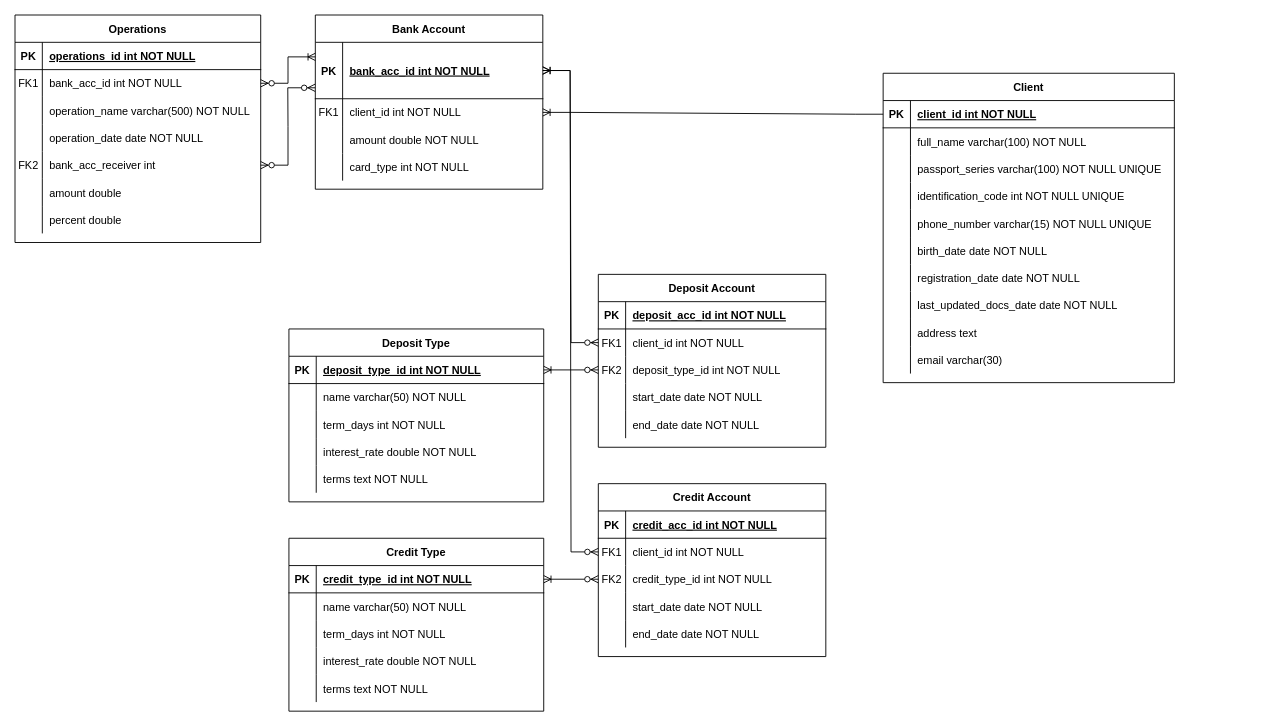
This is MyDB (6).drawio from kallDun/DrawIO, a draw.io file, before an edit. Source tidied: cells renumbered, new cells numbered last; positions are measured from the earlier drawing's top-left corner, leaving out a move shared by most shapes. Both pictures are drawn from the tidied source at 91%, with x=0, y=0 at pixel (15, 15).
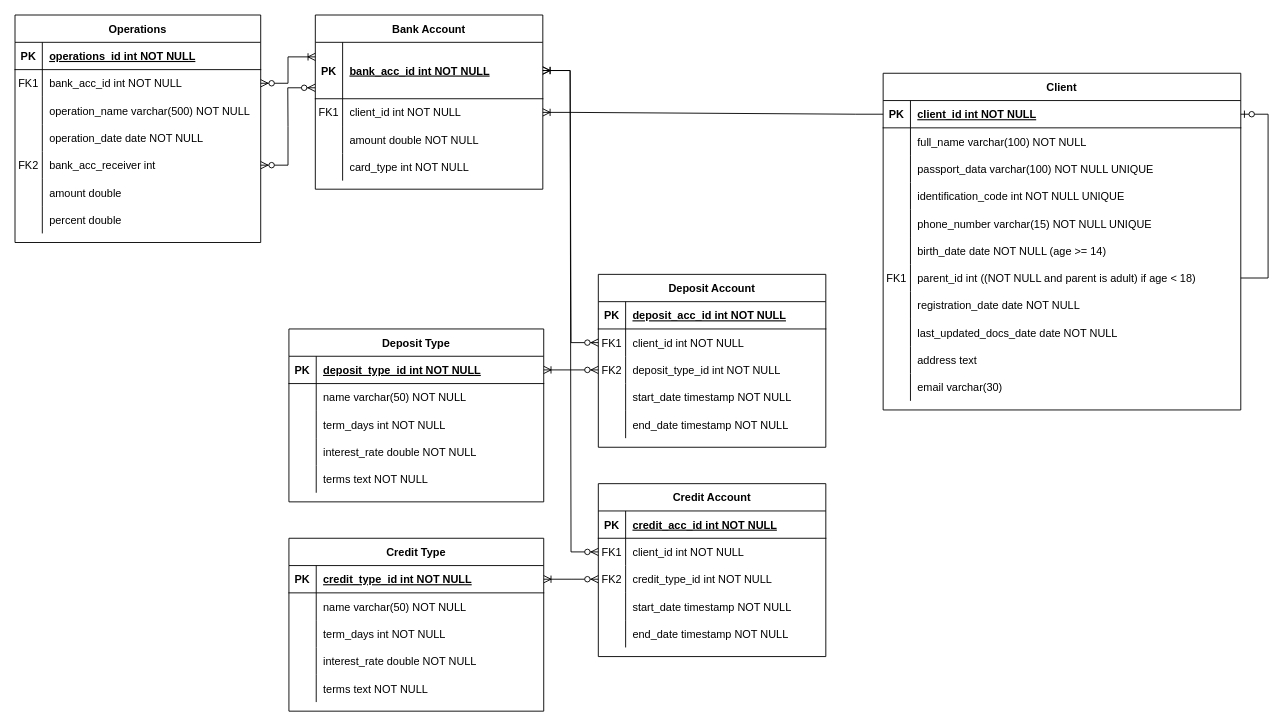
After the change.

Unchanged cells that the change refers to:
```xml
<mxCell id="59" style="shape=partialRectangle;fillColor=none;top=0;left=0;right=0;bottom=0;" parent="49" vertex="1">
  <mxGeometry y="120" width="250" height="30" as="geometry" />
</mxCell>
<mxCell id="62" style="shape=partialRectangle;fillColor=none;top=0;left=0;right=0;bottom=0;" parent="49" vertex="1">
  <mxGeometry y="150" width="250" height="30" as="geometry" />
</mxCell>
<mxCell id="128" style="shape=partialRectangle;fillColor=none;top=0;left=0;right=0;bottom=0;" parent="118" vertex="1">
  <mxGeometry y="120" width="250" height="30" as="geometry" />
</mxCell>
<mxCell id="131" style="shape=partialRectangle;fillColor=none;top=0;left=0;right=0;bottom=0;" parent="118" vertex="1">
  <mxGeometry y="150" width="250" height="30" as="geometry" />
</mxCell>
```

Change to the diagram source:
```diff
@@
     <mxCell id="2" value="Client" style="shape=table;startSize=30;childLayout=tableLayout;rowLines=0;fontStyle=1;align=center;" parent="1" vertex="1">
-      <mxGeometry x="954" y="64" width="320" height="340" as="geometry" />
+      <mxGeometry x="954" y="64" width="393" height="370" as="geometry" />
     </mxCell>
     <mxCell id="3" style="shape=partialRectangle;fillColor=none;points=[[0,0.5],[1,0.5]];portConstraint=eastwest;top=0;left=0;right=0;bottom=1;" parent="2" vertex="1">
-      <mxGeometry y="30" width="320" height="30" as="geometry" />
+      <mxGeometry y="30" width="393" height="30" as="geometry" />
     </mxCell>
@@
     <mxCell id="5" value="client_id int NOT NULL " style="shape=partialRectangle;overflow=hidden;fillColor=none;top=0;left=0;bottom=0;right=0;align=left;spacingLeft=6;fontStyle=5;" parent="3" vertex="1">
-      <mxGeometry x="30" width="290" height="30" as="geometry" />
+      <mxGeometry x="30" width="363" height="30" as="geometry" />
     </mxCell>
     <mxCell id="6" style="shape=partialRectangle;fillColor=none;top=0;left=0;right=0;bottom=0;" parent="2" vertex="1">
-      <mxGeometry y="60" width="320" height="30" as="geometry" />
+      <mxGeometry y="60" width="393" height="30" as="geometry" />
     </mxCell>
@@
     <mxCell id="8" value="full_name varchar(100) NOT NULL" style="shape=partialRectangle;overflow=hidden;fillColor=none;top=0;left=0;bottom=0;right=0;align=left;spacingLeft=6;" parent="6" vertex="1">
-      <mxGeometry x="30" width="290" height="30" as="geometry" />
+      <mxGeometry x="30" width="363" height="30" as="geometry" />
     </mxCell>
     <mxCell id="9" style="shape=partialRectangle;fillColor=none;top=0;left=0;right=0;bottom=0;" parent="2" vertex="1">
-      <mxGeometry y="90" width="320" height="30" as="geometry" />
+      <mxGeometry y="90" width="393" height="30" as="geometry" />
     </mxCell>
@@
-    <mxCell id="11" value="passport_series varchar(100) NOT NULL UNIQUE" style="shape=partialRectangle;overflow=hidden;fillColor=none;top=0;left=0;bottom=0;right=0;align=left;spacingLeft=6;" parent="9" vertex="1">
-      <mxGeometry x="30" width="290" height="30" as="geometry" />
+    <mxCell id="11" value="passport_data varchar(100) NOT NULL UNIQUE" style="shape=partialRectangle;overflow=hidden;fillColor=none;top=0;left=0;bottom=0;right=0;align=left;spacingLeft=6;" parent="9" vertex="1">
+      <mxGeometry x="30" width="363" height="30" as="geometry" />
     </mxCell>
     <mxCell id="12" style="shape=partialRectangle;fillColor=none;top=0;left=0;right=0;bottom=0;" parent="2" vertex="1">
-      <mxGeometry y="120" width="320" height="30" as="geometry" />
+      <mxGeometry y="120" width="393" height="30" as="geometry" />
     </mxCell>
@@
     <mxCell id="14" value="identification_code int NOT NULL UNIQUE" style="shape=partialRectangle;overflow=hidden;fillColor=none;top=0;left=0;bottom=0;right=0;align=left;spacingLeft=6;" parent="12" vertex="1">
-      <mxGeometry x="30" width="290" height="30" as="geometry" />
+      <mxGeometry x="30" width="363" height="30" as="geometry" />
     </mxCell>
     <mxCell id="15" style="shape=partialRectangle;fillColor=none;top=0;left=0;right=0;bottom=0;" parent="2" vertex="1">
-      <mxGeometry y="150" width="320" height="30" as="geometry" />
+      <mxGeometry y="150" width="393" height="30" as="geometry" />
     </mxCell>
@@
     <mxCell id="17" value="phone_number varchar(15) NOT NULL UNIQUE" style="shape=partialRectangle;overflow=hidden;fillColor=none;top=0;left=0;bottom=0;right=0;align=left;spacingLeft=6;" parent="15" vertex="1">
-      <mxGeometry x="30" width="290" height="30" as="geometry" />
+      <mxGeometry x="30" width="363" height="30" as="geometry" />
     </mxCell>
     <mxCell id="18" style="shape=partialRectangle;fillColor=none;top=0;left=0;right=0;bottom=0;" parent="2" vertex="1">
-      <mxGeometry y="180" width="320" height="30" as="geometry" />
+      <mxGeometry y="180" width="393" height="30" as="geometry" />
     </mxCell>
@@
-    <mxCell id="20" value="birth_date date NOT NULL" style="shape=partialRectangle;overflow=hidden;fillColor=none;top=0;left=0;bottom=0;right=0;align=left;spacingLeft=6;" parent="18" vertex="1">
-      <mxGeometry x="30" width="290" height="30" as="geometry" />
+    <mxCell id="20" value="birth_date date NOT NULL (age &gt;= 14)" style="shape=partialRectangle;overflow=hidden;fillColor=none;top=0;left=0;bottom=0;right=0;align=left;spacingLeft=6;" parent="18" vertex="1">
+      <mxGeometry x="30" width="363" height="30" as="geometry" />
     </mxCell>
+    <mxCell id="139" style="shape=partialRectangle;fillColor=none;points=[[0,0.5],[1,0.5]];portConstraint=eastwest;top=0;left=0;right=0;bottom=0;" parent="2" vertex="1">
+      <mxGeometry y="210" width="393" height="30" as="geometry" />
+    </mxCell>
+    <mxCell id="140" value="FK1" style="shape=partialRectangle;overflow=hidden;fillColor=none;top=0;left=0;bottom=0;right=0;" parent="139" vertex="1">
+      <mxGeometry width="30" height="30" as="geometry" />
+    </mxCell>
+    <mxCell id="141" value="parent_id int ((NOT NULL and parent is adult) if age &lt; 18)" style="shape=partialRectangle;overflow=hidden;fillColor=none;top=0;left=0;bottom=0;right=0;align=left;spacingLeft=6;" parent="139" vertex="1">
+      <mxGeometry x="30" width="363" height="30" as="geometry" />
+    </mxCell>
     <mxCell id="21" style="shape=partialRectangle;fillColor=none;top=0;left=0;right=0;bottom=0;" parent="2" vertex="1">
-      <mxGeometry y="210" width="320" height="30" as="geometry" />
+      <mxGeometry y="240" width="393" height="30" as="geometry" />
     </mxCell>
@@
     <mxCell id="23" value="registration_date date NOT NULL" style="shape=partialRectangle;overflow=hidden;fillColor=none;top=0;left=0;bottom=0;right=0;align=left;spacingLeft=6;" parent="21" vertex="1">
-      <mxGeometry x="30" width="290" height="30" as="geometry" />
+      <mxGeometry x="30" width="363" height="30" as="geometry" />
     </mxCell>
     <mxCell id="24" style="shape=partialRectangle;fillColor=none;top=0;left=0;right=0;bottom=0;" parent="2" vertex="1">
-      <mxGeometry y="240" width="320" height="30" as="geometry" />
+      <mxGeometry y="270" width="393" height="30" as="geometry" />
     </mxCell>
@@
     <mxCell id="26" value="last_updated_docs_date date NOT NULL" style="shape=partialRectangle;overflow=hidden;fillColor=none;top=0;left=0;bottom=0;right=0;align=left;spacingLeft=6;" parent="24" vertex="1">
-      <mxGeometry x="30" width="290" height="30" as="geometry" />
+      <mxGeometry x="30" width="363" height="30" as="geometry" />
     </mxCell>
     <mxCell id="27" style="shape=partialRectangle;fillColor=none;top=0;left=0;right=0;bottom=0;" parent="2" vertex="1">
-      <mxGeometry y="270" width="320" height="30" as="geometry" />
+      <mxGeometry y="300" width="393" height="30" as="geometry" />
     </mxCell>
@@
     <mxCell id="29" value="address text" style="shape=partialRectangle;overflow=hidden;fillColor=none;top=0;left=0;bottom=0;right=0;align=left;spacingLeft=6;" parent="27" vertex="1">
-      <mxGeometry x="30" width="290" height="30" as="geometry" />
+      <mxGeometry x="30" width="363" height="30" as="geometry" />
     </mxCell>
     <mxCell id="30" style="shape=partialRectangle;fillColor=none;top=0;left=0;right=0;bottom=0;" parent="2" vertex="1">
-      <mxGeometry y="300" width="320" height="30" as="geometry" />
+      <mxGeometry y="330" width="393" height="30" as="geometry" />
     </mxCell>
@@
     <mxCell id="32" value="email varchar(30)" style="shape=partialRectangle;overflow=hidden;fillColor=none;top=0;left=0;bottom=0;right=0;align=left;spacingLeft=6;" parent="30" vertex="1">
-      <mxGeometry x="30" width="290" height="30" as="geometry" />
+      <mxGeometry x="30" width="363" height="30" as="geometry" />
     </mxCell>
+    <mxCell id="142" style="edgeStyle=entityRelationEdgeStyle;fontSize=12;html=1;endArrow=ERzeroToOne;endFill=1;rounded=0;entryX=1;entryY=0.5;entryDx=0;entryDy=0;" parent="2" edge="1" source="139" target="3">
+      <mxGeometry relative="1" as="geometry" />
+    </mxCell>
@@
-    <mxCell id="61" value="start_date date NOT NULL" style="shape=partialRectangle;overflow=hidden;fillColor=none;top=0;left=0;bottom=0;right=0;align=left;spacingLeft=6;" parent="59" vertex="1">
+    <mxCell id="61" value="start_date timestamp NOT NULL" style="shape=partialRectangle;overflow=hidden;fillColor=none;top=0;left=0;bottom=0;right=0;align=left;spacingLeft=6;" parent="59" vertex="1">
       <mxGeometry x="30" width="220" height="30" as="geometry" />
     </mxCell>
@@
-    <mxCell id="64" value="end_date date NOT NULL" style="shape=partialRectangle;overflow=hidden;fillColor=none;top=0;left=0;bottom=0;right=0;align=left;spacingLeft=6;" parent="62" vertex="1">
+    <mxCell id="64" value="end_date timestamp NOT NULL" style="shape=partialRectangle;overflow=hidden;fillColor=none;top=0;left=0;bottom=0;right=0;align=left;spacingLeft=6;" parent="62" vertex="1">
       <mxGeometry x="30" width="220" height="30" as="geometry" />
     </mxCell>
@@
-    <mxCell id="130" value="start_date date NOT NULL" style="shape=partialRectangle;overflow=hidden;fillColor=none;top=0;left=0;bottom=0;right=0;align=left;spacingLeft=6;" parent="128" vertex="1">
+    <mxCell id="130" value="start_date timestamp NOT NULL" style="shape=partialRectangle;overflow=hidden;fillColor=none;top=0;left=0;bottom=0;right=0;align=left;spacingLeft=6;" parent="128" vertex="1">
       <mxGeometry x="30" width="220" height="30" as="geometry" />
     </mxCell>
@@
-    <mxCell id="133" value="end_date date NOT NULL" style="shape=partialRectangle;overflow=hidden;fillColor=none;top=0;left=0;bottom=0;right=0;align=left;spacingLeft=6;" parent="131" vertex="1">
+    <mxCell id="133" value="end_date timestamp NOT NULL" style="shape=partialRectangle;overflow=hidden;fillColor=none;top=0;left=0;bottom=0;right=0;align=left;spacingLeft=6;" parent="131" vertex="1">
       <mxGeometry x="30" width="220" height="30" as="geometry" />
     </mxCell>
```
